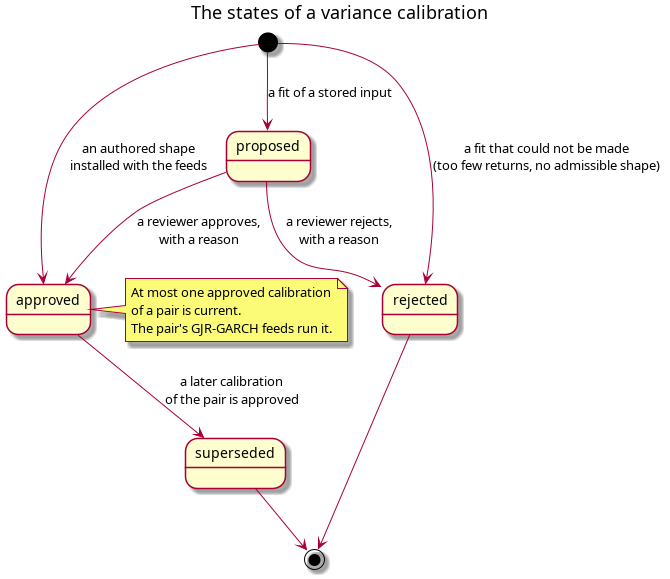
Before: doc/knowledge/domain/variance_calibration_states.png, a diagram exported from PlantUML (OreStudio/OreStudio). Its source is kept beside it as doc/knowledge/domain/variance_calibration_states.puml.
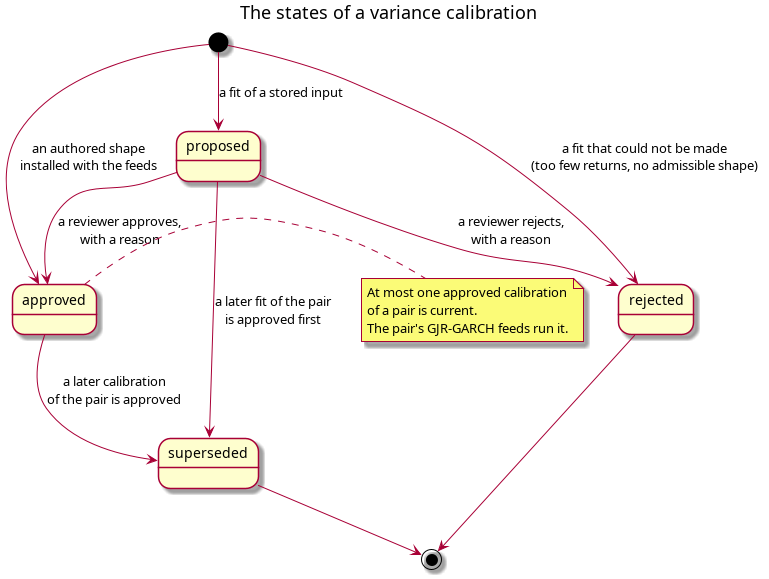
The same file after the commit.

What changed in the source:
```diff
@@ -8,6 +8,7 @@
 proposed --> approved : a reviewer approves,\nwith a reason
 proposed --> rejected : a reviewer rejects,\nwith a reason
 approved --> superseded : a later calibration\nof the pair is approved
+proposed --> superseded : a later fit of the pair\nis approved first
 
 rejected --> [*]
 superseded --> [*]
```
